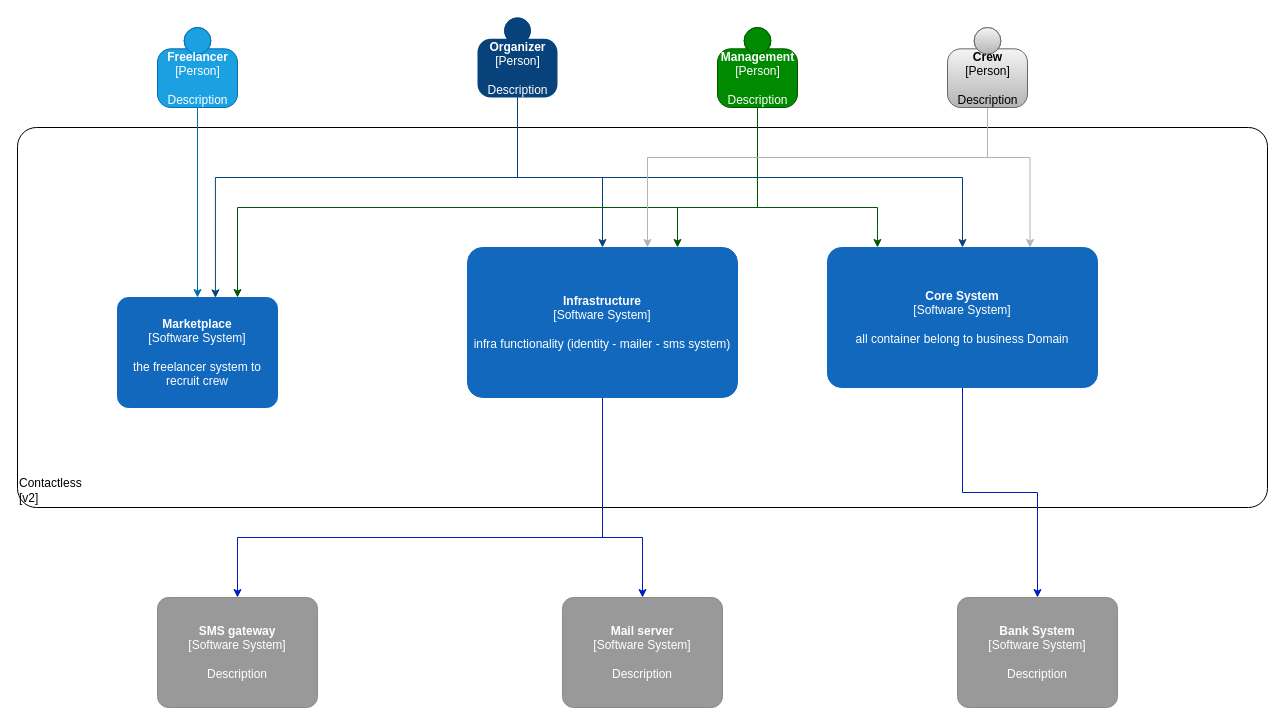
Above: Untitled Diagram.drawio in mbiomee/bshub (draw.io), before the change. Source tidied: cells renumbered, new cells numbered last; positions are measured from the earlier drawing's top-left corner, leaving out a move shared by most shapes. Both pictures are drawn from the tidied source at 100%, with x=0, y=0 at pixel (17, 17).
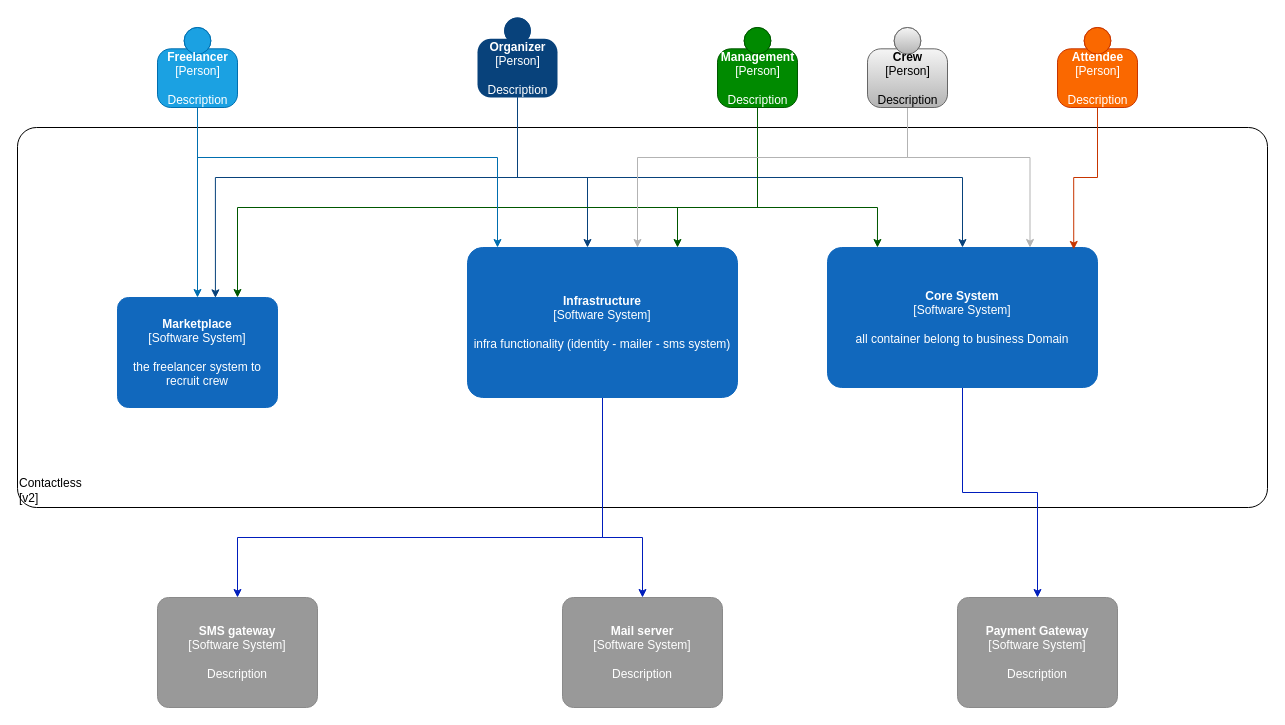
After the change.

The change refers to these unchanged cells:
```xml
<object id="6" label="&lt;b&gt;%c4Name%&lt;/b&gt;&lt;div&gt;[%c4Type%]&lt;/div&gt;&lt;br&gt;&lt;div&gt;%c4Description%&lt;/div&gt;" c4Description="Description" c4Name="Organizer" c4Type="Person" placeholders="1">
  <mxCell style="html=1;dashed=0;whitespace=wrap;fillColor=#08427b;strokeColor=none;fontColor=#ffffff;shape=mxgraph.c4.person;align=center;points=[[0.5,0,0],[1,0.5,0],[1,0.75,0],[0.75,1,0],[0.5,1,0],[0.25,1,0],[0,0.75,0],[0,0.5,0]];metaData={&quot;c4Type&quot;:{&quot;editable&quot;:false}};" parent="1" vertex="1">
    <mxGeometry x="460" width="80" height="80" as="geometry" />
  </mxCell>
</object>
<object id="15" label="&lt;b&gt;%c4Name%&lt;/b&gt;&lt;div&gt;[%c4Type%]&lt;/div&gt;&lt;br&gt;&lt;div&gt;%c4Description%&lt;/div&gt;" c4Description="all container belong to business Domain" c4Name="Core System" c4Type="Software System" placeholders="1">
  <mxCell style="rounded=1;whiteSpace=wrap;html=1;labelBackgroundColor=none;fillColor=#1168BD;fontColor=#ffffff;align=center;arcSize=10;strokeColor=#1168BD;metaData={&quot;c4Type&quot;:{&quot;editable&quot;:false}};points=[[0.25,0,0],[0.5,0,0],[0.75,0,0],[1,0.25,0],[1,0.5,0],[1,0.75,0],[0.75,1,0],[0.5,1,0],[0.25,1,0],[0,0.75,0],[0,0.5,0],[0,0.25,0]];" parent="1" vertex="1">
    <mxGeometry x="810" y="230" width="270" height="140" as="geometry" />
  </mxCell>
</object>
<object id="18" label="&lt;b&gt;%c4Name%&lt;/b&gt;&lt;div&gt;[%c4Type%]&lt;/div&gt;&lt;br&gt;&lt;div&gt;%c4Description%&lt;/div&gt;" c4Description="infra functionality (identity - mailer - sms system)" c4Name="Infrastructure " c4Type="Software System" placeholders="1">
  <mxCell style="rounded=1;whiteSpace=wrap;html=1;labelBackgroundColor=none;fillColor=#1168BD;fontColor=#ffffff;align=center;arcSize=10;strokeColor=#1168BD;metaData={&quot;c4Type&quot;:{&quot;editable&quot;:false}};points=[[0.25,0,0],[0.5,0,0],[0.75,0,0],[1,0.25,0],[1,0.5,0],[1,0.75,0],[0.75,1,0],[0.5,1,0],[0.25,1,0],[0,0.75,0],[0,0.5,0],[0,0.25,0]];" parent="1" vertex="1">
    <mxGeometry x="450" y="230" width="270" height="150" as="geometry" />
  </mxCell>
</object>
<object id="24" label="&lt;b&gt;%c4Name%&lt;/b&gt;&lt;div&gt;[%c4Type%]&lt;/div&gt;&lt;br&gt;&lt;div&gt;%c4Description%&lt;/div&gt;" c4Description="Description" c4Name="Freelancer" c4Type="Person" placeholders="1">
  <mxCell style="html=1;dashed=0;whitespace=wrap;shape=mxgraph.c4.person;align=center;points=[[0.5,0,0],[1,0.5,0],[1,0.75,0],[0.75,1,0],[0.5,1,0],[0.25,1,0],[0,0.75,0],[0,0.5,0]];metaData={&quot;c4Type&quot;:{&quot;editable&quot;:false}};fillColor=#1ba1e2;strokeColor=#006EAF;fontColor=#ffffff;" parent="1" vertex="1">
    <mxGeometry x="140" y="10" width="80" height="80" as="geometry" />
  </mxCell>
</object>
```

Diff of the diagram source:
```diff
@@
     <mxCell id="4" style="edgeStyle=orthogonalEdgeStyle;rounded=0;jettySize=auto;html=1;exitX=0.5;exitY=1;exitDx=0;exitDy=0;exitPerimeter=0;strokeColor=#08427B;" parent="1" edge="1" source="6" target="18">
       <mxGeometry relative="1" as="geometry">
         <Array as="points">
           <mxPoint x="500" y="160" />
-          <mxPoint x="585" y="160" />
+          <mxPoint x="570" y="160" />
         </Array>
       </mxGeometry>
     </mxCell>
@@
     <mxCell id="11" style="edgeStyle=orthogonalEdgeStyle;rounded=0;jettySize=auto;html=1;entryX=0.75;entryY=0;entryDx=0;entryDy=0;entryPerimeter=0;strokeColor=#B3B3B3;" parent="1" edge="1" source="13" target="15">
       <mxGeometry relative="1" as="geometry">
         <Array as="points">
-          <mxPoint x="970" y="140" />
+          <mxPoint x="890" y="140" />
           <mxPoint x="1013" y="140" />
         </Array>
       </mxGeometry>
     </mxCell>
     <mxCell id="12" style="edgeStyle=orthogonalEdgeStyle;rounded=0;jettySize=auto;html=1;strokeColor=#B3B3B3;" parent="1" edge="1" source="13" target="18">
       <mxGeometry relative="1" as="geometry">
         <Array as="points">
-          <mxPoint x="970" y="140" />
-          <mxPoint x="630" y="140" />
+          <mxPoint x="890" y="140" />
+          <mxPoint x="620" y="140" />
         </Array>
       </mxGeometry>
     </mxCell>
     <object id="13" label="&lt;b&gt;%c4Name%&lt;/b&gt;&lt;div&gt;[%c4Type%]&lt;/div&gt;&lt;br&gt;&lt;div&gt;%c4Description%&lt;/div&gt;" c4Description="Description" c4Name="Crew" c4Type="Person" placeholders="1">
       <mxCell style="html=1;dashed=0;whitespace=wrap;shape=mxgraph.c4.person;align=center;points=[[0.5,0,0],[1,0.5,0],[1,0.75,0],[0.75,1,0],[0.5,1,0],[0.25,1,0],[0,0.75,0],[0,0.5,0]];metaData={&quot;c4Type&quot;:{&quot;editable&quot;:false}};fillColor=#f5f5f5;strokeColor=#666666;gradientColor=#b3b3b3;" parent="1" vertex="1">
-        <mxGeometry x="930" y="10" width="80" height="80" as="geometry" />
+        <mxGeometry x="850" y="10" width="80" height="80" as="geometry" />
       </mxCell>
     </object>
@@
-    <object id="20" label="&lt;b&gt;%c4Name%&lt;/b&gt;&lt;div&gt;[%c4Type%]&lt;/div&gt;&lt;br&gt;&lt;div&gt;%c4Description%&lt;/div&gt;" c4Description="Description" c4Name="Bank System" c4Type="Software System" placeholders="1">
+    <object id="20" label="&lt;b&gt;%c4Name%&lt;/b&gt;&lt;div&gt;[%c4Type%]&lt;/div&gt;&lt;br&gt;&lt;div&gt;%c4Description%&lt;/div&gt;" c4Description="Description" c4Name="Payment Gateway" c4Type="Software System" placeholders="1">
       <mxCell style="rounded=1;whiteSpace=wrap;html=1;labelBackgroundColor=none;fillColor=#999999;fontColor=#ffffff;align=center;arcSize=10;strokeColor=#8A8A8A;metaData={&quot;c4Type&quot;:{&quot;editable&quot;:false}};points=[[0.25,0,0],[0.5,0,0],[0.75,0,0],[1,0.25,0],[1,0.5,0],[1,0.75,0],[0.75,1,0],[0.5,1,0],[0.25,1,0],[0,0.75,0],[0,0.5,0],[0,0.25,0]];" parent="1" vertex="1">
         <mxGeometry x="940" y="580" width="160" height="110" as="geometry" />
       </mxCell>
     </object>
@@
+    <mxCell id="25" style="edgeStyle=orthogonalEdgeStyle;rounded=0;jettySize=auto;html=1;strokeColor=#006EAF;fillColor=#1ba1e2;" parent="1" edge="1" source="24" target="18">
+      <mxGeometry relative="1" as="geometry">
+        <Array as="points">
+          <mxPoint x="180" y="140" />
+          <mxPoint x="480" y="140" />
+        </Array>
+      </mxGeometry>
+    </mxCell>
@@
+    <mxCell id="26" style="edgeStyle=orthogonalEdgeStyle;rounded=0;jettySize=auto;html=1;entryX=0.912;entryY=0.014;entryDx=0;entryDy=0;entryPerimeter=0;strokeColor=#C73500;fillColor=#fa6800;" parent="1" edge="1" source="27" target="15">
+      <mxGeometry relative="1" as="geometry" />
+    </mxCell>
+    <object id="27" label="&lt;b&gt;%c4Name%&lt;/b&gt;&lt;div&gt;[%c4Type%]&lt;/div&gt;&lt;br&gt;&lt;div&gt;%c4Description%&lt;/div&gt;" c4Description="Description" c4Name="Attendee " c4Type="Person" placeholders="1">
+      <mxCell style="html=1;dashed=0;whitespace=wrap;shape=mxgraph.c4.person;align=center;points=[[0.5,0,0],[1,0.5,0],[1,0.75,0],[0.75,1,0],[0.5,1,0],[0.25,1,0],[0,0.75,0],[0,0.5,0]];metaData={&quot;c4Type&quot;:{&quot;editable&quot;:false}};fillColor=#fa6800;strokeColor=#C73500;fontColor=#ffffff;" parent="1" vertex="1">
+        <mxGeometry x="1040" y="10" width="80" height="80" as="geometry" />
+      </mxCell>
+    </object>
```
